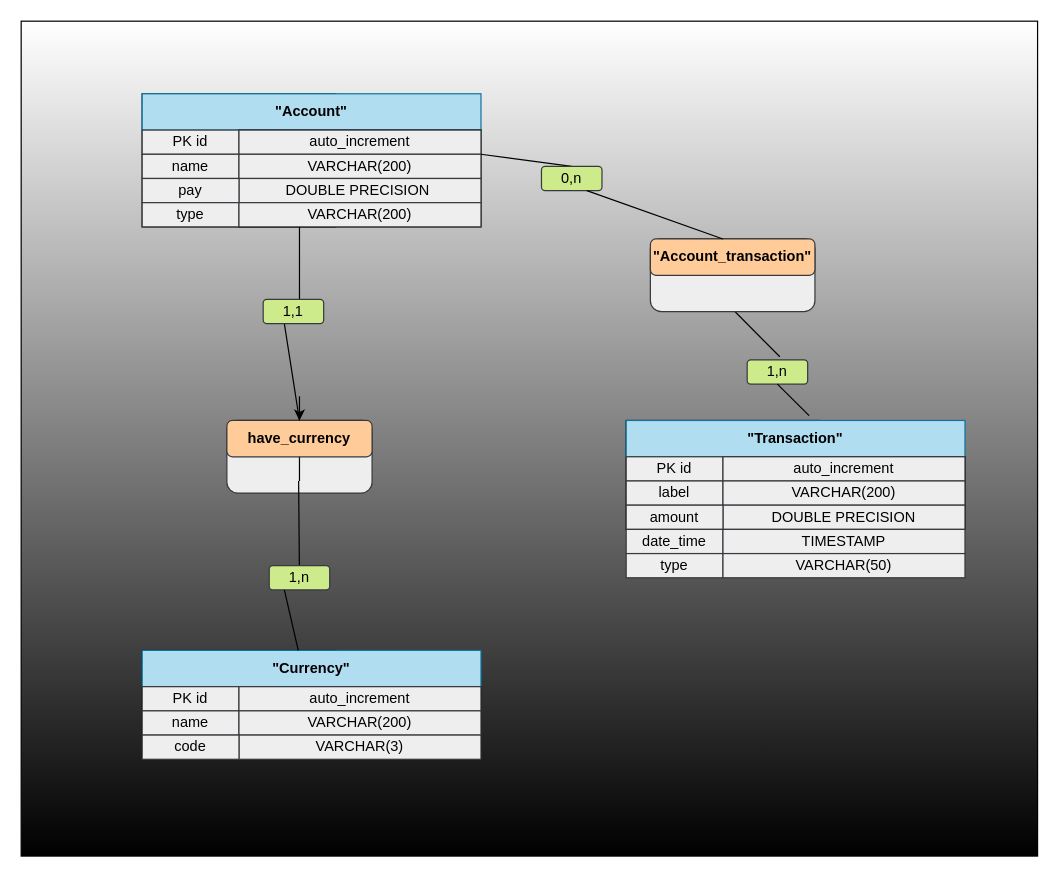
Before: DB/MCD.drawio in Tiana-Finaritra/Wallet-H2, a draw.io diagram. Source tidied: cells renumbered, new cells numbered last; positions are measured from the earlier drawing's top-left corner, leaving out a move shared by most shapes. Both pictures are drawn from the tidied source at 121%, with x=0, y=0 at pixel (21, 21).
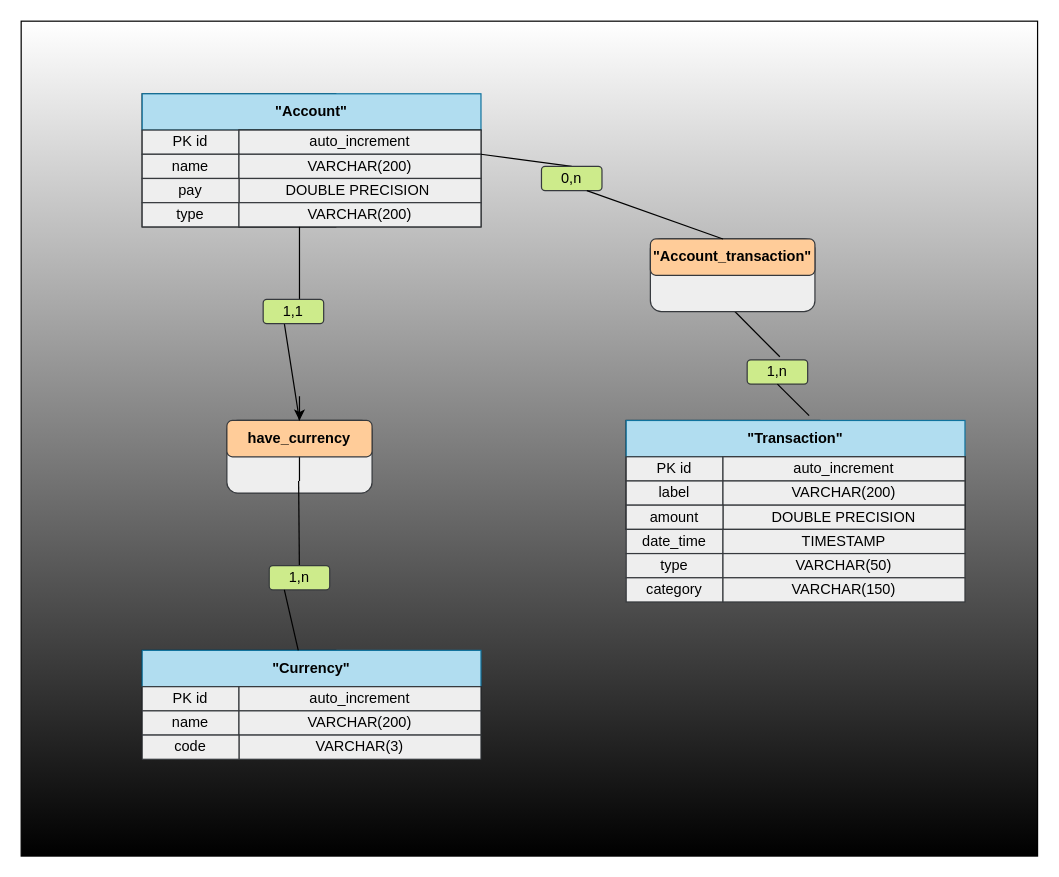
The same page after the edit.

Commit message (it also covers changes not shown here):
feat: "Add category in database schema"

The edit, as a diff of the source:
```diff
@@
+    <mxCell id="53" value="&lt;font color=&quot;#000000&quot;&gt;category&lt;/font&gt;" style="rounded=0;whiteSpace=wrap;html=1;fillColor=#eeeeee;strokeColor=#36393d;" parent="1" vertex="1">
+      <mxGeometry x="500" y="460" width="80" height="20" as="geometry" />
+    </mxCell>
+    <mxCell id="54" value="&lt;font color=&quot;#000000&quot;&gt;VARCHAR(150)&lt;/font&gt;" style="rounded=0;whiteSpace=wrap;html=1;fillColor=#eeeeee;strokeColor=#36393d;" parent="1" vertex="1">
+      <mxGeometry x="580" y="460" width="200" height="20" as="geometry" />
+    </mxCell>
```
